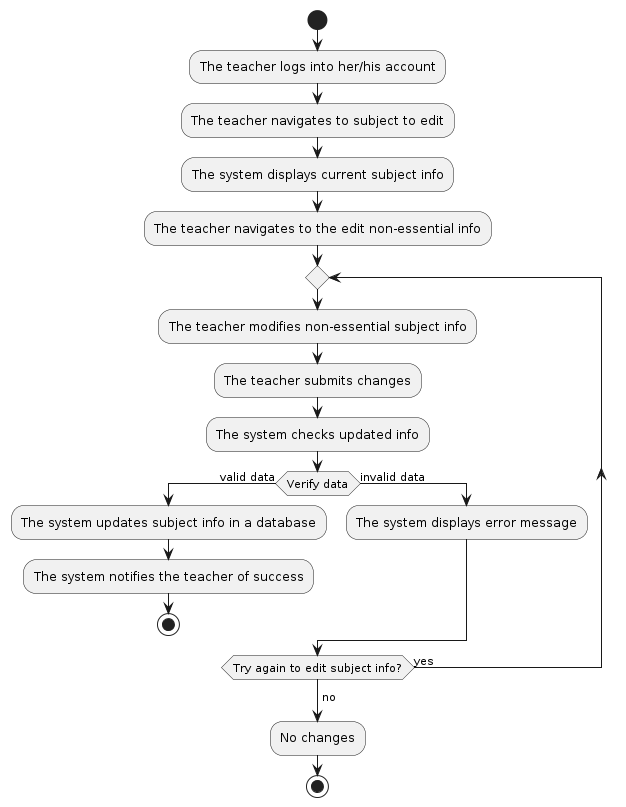
The PlantUML diagram img/edit-non-essential.png in Lukide0/SoftwareEngineering, before a commit. Source of this version:
```plantuml
@startuml
start
:The teacher logs into her/his account;
:The teacher navigates to subject to edit;
:The system displays current subject info;
:The teacher navigates to the edit non-essential info;
repeat
    :The teacher modifies non-essential subject info;
    :The teacher submits changes;
    :The system checks updated info;
    if (Verify data) then (valid data)
        :The system updates subject info in a database;
        :The system notifies the teacher of success;
        stop
    else (invalid data)
        :The system displays error message;
    endif
repeat while (Try again to edit subject info?) is (yes)
->no;
:No changes;
stop
@enduml
```
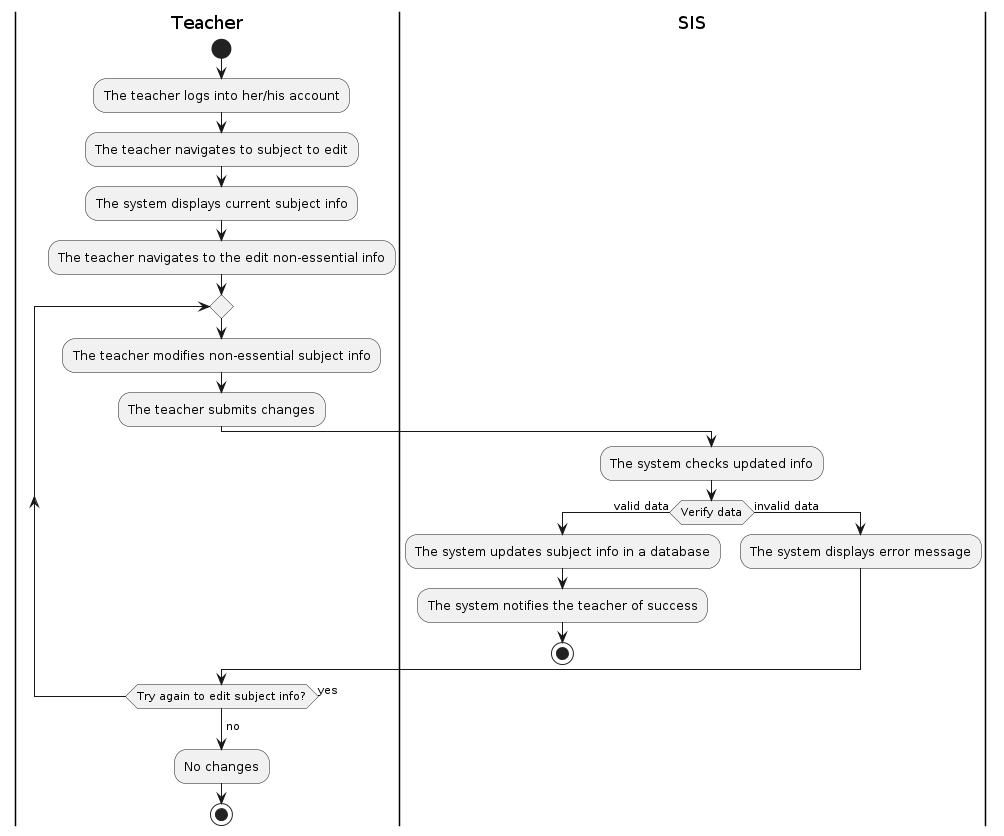
Later version of the same file.

What changed in the source:
```diff
@@ -1,4 +1,5 @@
 @startuml
+|Teacher|
 start
 :The teacher logs into her/his account;
 :The teacher navigates to subject to edit;
@@ -7,6 +8,7 @@
 repeat
     :The teacher modifies non-essential subject info;
     :The teacher submits changes;
+    |SIS|
     :The system checks updated info;
     if (Verify data) then (valid data)
         :The system updates subject info in a database;
@@ -15,6 +17,7 @@
     else (invalid data)
         :The system displays error message;
     endif
+|Teacher|
 repeat while (Try again to edit subject info?) is (yes)
 ->no;
 :No changes;
```
